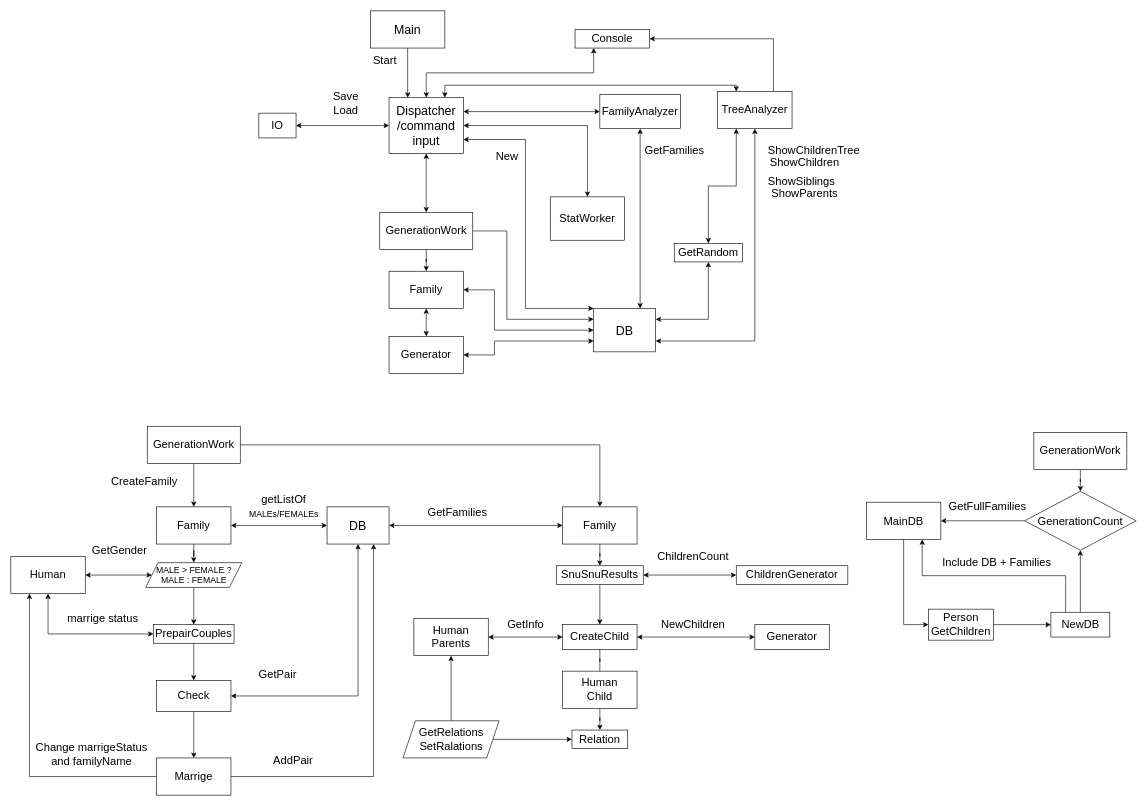
The draw.io diagram Docs/GenerationTree.drawio in Liberate520/homeWork, before the edit. Source tidied: cells renumbered, new cells numbered last; positions are measured from the earlier drawing's top-left corner, leaving out a move shared by most shapes. Both pictures are drawn from the tidied source at 62%, with x=0, y=0 at pixel (11, 11).
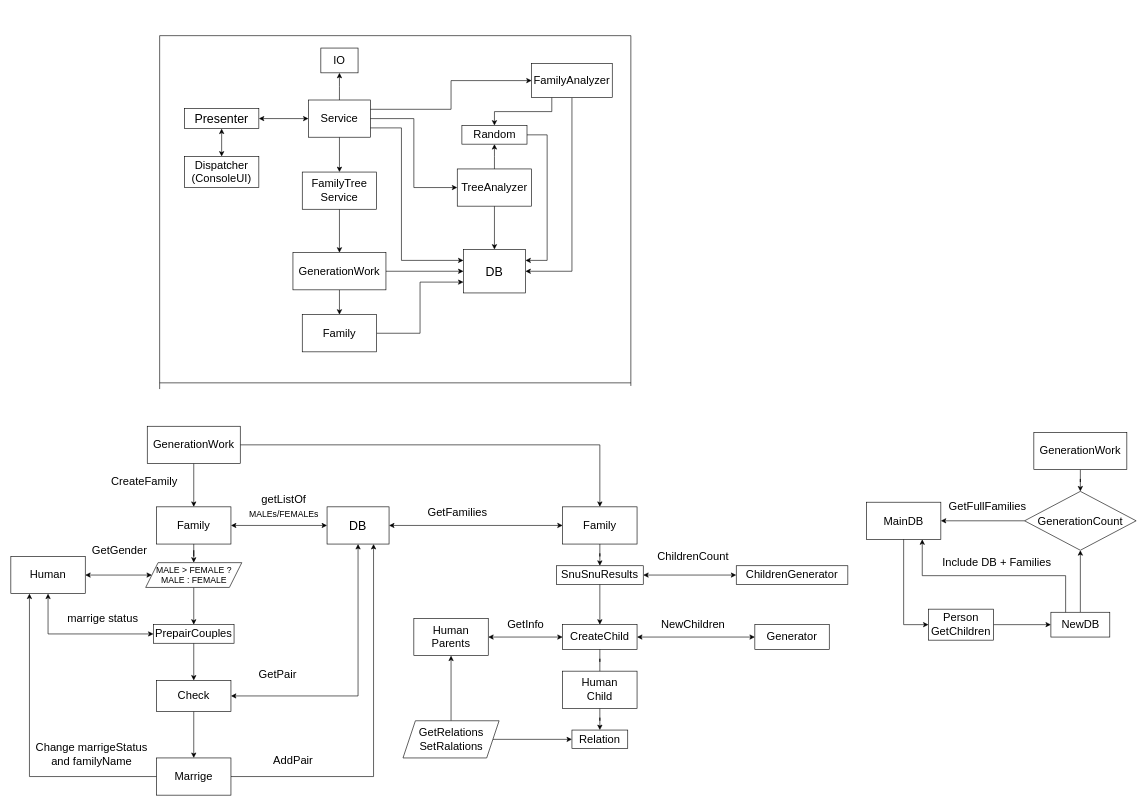
The same page after the edit.

Commit message (it also covers changes not shown here):
Схема переделана

What changed in the source:
```diff
@@
-    <mxCell id="2" style="edgeStyle=orthogonalEdgeStyle;rounded=0;jettySize=auto;html=1;fontSize=20;entryX=0.25;entryY=0;entryDx=0;entryDy=0;" parent="1" edge="1" source="3" target="4">
-      <mxGeometry relative="1" as="geometry" />
-    </mxCell>
-    <mxCell id="3" value="&lt;font style=&quot;font-size: 20px;&quot;&gt;Main&lt;/font&gt;" style="rounded=0;whiteSpace=wrap;html=1;" parent="1" vertex="1">
-      <mxGeometry x="580" width="120" height="60" as="geometry" />
-    </mxCell>
-    <mxCell id="4" value="&lt;font style=&quot;font-size: 20px;&quot;&gt;Dispatcher&lt;br&gt;/command input&lt;br&gt;&lt;/font&gt;" style="rounded=0;whiteSpace=wrap;html=1;" parent="1" vertex="1">
-      <mxGeometry x="610" y="140" width="120" height="90" as="geometry" />
-    </mxCell>
-    <mxCell id="5" style="edgeStyle=orthogonalEdgeStyle;rounded=0;jettySize=auto;html=1;fontSize=18;" parent="1" edge="1" source="7" target="11">
-      <mxGeometry relative="1" as="geometry" />
-    </mxCell>
-    <mxCell id="6" style="edgeStyle=orthogonalEdgeStyle;rounded=0;jettySize=auto;html=1;entryX=0;entryY=0.25;entryDx=0;entryDy=0;fontSize=18;elbow=vertical;" parent="1" edge="1" source="7" target="94">
-      <mxGeometry relative="1" as="geometry">
-        <Array as="points">
-          <mxPoint x="800" y="355" />
-          <mxPoint x="800" y="497" />
-        </Array>
-      </mxGeometry>
-    </mxCell>
-    <mxCell id="7" value="&lt;font style=&quot;font-size: 18px;&quot;&gt;GenerationWork&lt;/font&gt;" style="whiteSpace=wrap;html=1;rounded=0;" parent="1" vertex="1">
-      <mxGeometry x="595" y="325" width="150" height="60" as="geometry" />
-    </mxCell>
-    <mxCell id="8" value="New" style="text;html=1;align=center;verticalAlign=middle;strokeColor=none;fillColor=none;fontSize=18;" parent="1" vertex="1">
-      <mxGeometry x="770" y="215" width="60" height="40" as="geometry" />
-    </mxCell>
-    <mxCell id="9" value="Start" style="text;html=1;align=center;verticalAlign=middle;strokeColor=none;fillColor=none;fontSize=18;" parent="1" vertex="1">
-      <mxGeometry x="572.5" y="60" width="60" height="40" as="geometry" />
-    </mxCell>
-    <mxCell id="10" style="endArrow=classic;startArrow=classic;html=1;rounded=0;fontSize=18;exitX=0;exitY=0;exitDx=0;exitDy=0;entryX=1;entryY=0.75;entryDx=0;entryDy=0;edgeStyle=orthogonalEdgeStyle;elbow=vertical;" parent="1" edge="1" source="94" target="4">
-      <mxGeometry relative="1" as="geometry">
-        <Array as="points">
-          <mxPoint x="830" y="480" />
-          <mxPoint x="830" y="207" />
-        </Array>
-      </mxGeometry>
-    </mxCell>
-    <mxCell id="11" value="&lt;font style=&quot;font-size: 18px;&quot;&gt;Family&lt;/font&gt;" style="whiteSpace=wrap;html=1;rounded=0;" parent="1" vertex="1">
-      <mxGeometry x="610" y="420" width="120" height="60" as="geometry" />
-    </mxCell>
-    <mxCell id="12" style="endArrow=classic;startArrow=classic;html=1;rounded=0;fontSize=18;elbow=vertical;entryX=0;entryY=0.5;entryDx=0;entryDy=0;exitX=1;exitY=0.5;exitDx=0;exitDy=0;edgeStyle=orthogonalEdgeStyle;" parent="1" edge="1" source="11" target="94">
-      <mxGeometry relative="1" as="geometry">
-        <Array as="points">
-          <mxPoint x="780" y="450" />
-          <mxPoint x="780" y="515" />
-        </Array>
-      </mxGeometry>
-    </mxCell>
-    <mxCell id="13" style="edgeStyle=orthogonalEdgeStyle;rounded=0;jettySize=auto;html=1;entryX=1;entryY=0.5;entryDx=0;entryDy=0;exitX=0.75;exitY=0;exitDx=0;exitDy=0;" parent="1" edge="1" source="14" target="101">
-      <mxGeometry relative="1" as="geometry" />
-    </mxCell>
-    <mxCell id="14" value="TreeAnalyzer" style="rounded=0;whiteSpace=wrap;html=1;fontSize=18;" parent="1" vertex="1">
-      <mxGeometry x="1140" y="130" width="120" height="60" as="geometry" />
-    </mxCell>
-    <mxCell id="15" value="ShowChildrenTree" style="text;html=1;align=center;verticalAlign=middle;strokeColor=none;fillColor=none;fontSize=18;" parent="1" vertex="1">
-      <mxGeometry x="1210" y="205" width="170" height="40" as="geometry" />
-    </mxCell>
-    <mxCell id="16" value="ShowChildren" style="text;html=1;align=center;verticalAlign=middle;strokeColor=none;fillColor=none;fontSize=18;" parent="1" vertex="1">
-      <mxGeometry x="1210" y="225" width="140" height="40" as="geometry" />
-    </mxCell>
-    <mxCell id="17" value="ShowSiblings" style="text;html=1;align=center;verticalAlign=middle;strokeColor=none;fillColor=none;fontSize=18;" parent="1" vertex="1">
-      <mxGeometry x="1210" y="255" width="130" height="40" as="geometry" />
-    </mxCell>
-    <mxCell id="18" value="ShowParents" style="text;html=1;align=center;verticalAlign=middle;strokeColor=none;fillColor=none;fontSize=18;" parent="1" vertex="1">
-      <mxGeometry x="1215" y="275" width="130" height="40" as="geometry" />
-    </mxCell>
-    <mxCell id="19" value="FamilyAnalyzer" style="rounded=0;whiteSpace=wrap;html=1;fontSize=18;" parent="1" vertex="1">
-      <mxGeometry x="950" y="135" width="130" height="55" as="geometry" />
-    </mxCell>
-    <mxCell id="20" style="endArrow=classic;startArrow=classic;html=1;rounded=0;fontSize=18;entryX=0.5;entryY=1;entryDx=0;entryDy=0;edgeStyle=orthogonalEdgeStyle;elbow=vertical;exitX=0.75;exitY=0;exitDx=0;exitDy=0;" parent="1" edge="1" source="94" target="19">
-      <mxGeometry relative="1" as="geometry" />
-    </mxCell>
-    <mxCell id="21" value="GetFamilies" style="text;html=1;align=center;verticalAlign=middle;strokeColor=none;fillColor=none;fontSize=18;" parent="1" vertex="1">
-      <mxGeometry x="1010" y="205" width="120" height="40" as="geometry" />
-    </mxCell>
-    <mxCell id="22" style="endArrow=classic;startArrow=classic;html=1;rounded=0;fontSize=18;entryX=0;entryY=0.5;entryDx=0;entryDy=0;exitX=1;exitY=0.25;exitDx=0;exitDy=0;edgeStyle=elbowEdgeStyle;" parent="1" edge="1" source="4" target="19">
-      <mxGeometry relative="1" as="geometry">
-        <Array as="points">
-          <mxPoint x="930" y="210" />
-        </Array>
-      </mxGeometry>
-    </mxCell>
-    <mxCell id="23" style="endArrow=classic;startArrow=classic;html=1;rounded=0;fontSize=18;entryX=0.25;entryY=0;entryDx=0;entryDy=0;edgeStyle=orthogonalEdgeStyle;exitX=0.75;exitY=0;exitDx=0;exitDy=0;" parent="1" edge="1" source="4" target="14">
-      <mxGeometry relative="1" as="geometry" />
-    </mxCell>
-    <mxCell id="24" style="endArrow=classic;startArrow=classic;html=1;rounded=0;fontSize=18;entryX=0.5;entryY=1;entryDx=0;entryDy=0;exitX=0.5;exitY=0;exitDx=0;exitDy=0;" parent="1" edge="1" source="7" target="4">
-      <mxGeometry relative="1" as="geometry" />
-    </mxCell>
-    <mxCell id="25" value="StatWorker" style="whiteSpace=wrap;html=1;fontSize=18;" parent="1" vertex="1">
-      <mxGeometry x="870" y="300" width="120" height="70" as="geometry" />
-    </mxCell>
-    <mxCell id="26" style="endArrow=classic;startArrow=classic;html=1;rounded=0;fontSize=18;entryX=0.5;entryY=0;entryDx=0;entryDy=0;exitX=1;exitY=0.5;exitDx=0;exitDy=0;edgeStyle=orthogonalEdgeStyle;" parent="1" edge="1" source="4" target="25">
-      <mxGeometry relative="1" as="geometry" />
-    </mxCell>
-    <mxCell id="27" value="IO" style="rounded=0;whiteSpace=wrap;html=1;fontSize=18;" parent="1" vertex="1">
-      <mxGeometry x="400" y="165" width="60" height="40" as="geometry" />
-    </mxCell>
-    <mxCell id="28" value="Save&lt;br&gt;Load" style="text;html=1;align=center;verticalAlign=middle;strokeColor=none;fillColor=none;fontSize=18;" parent="1" vertex="1">
-      <mxGeometry x="510" y="120" width="60" height="60" as="geometry" />
-    </mxCell>
-    <mxCell id="29" style="endArrow=classic;startArrow=classic;html=1;rounded=0;fontSize=18;elbow=vertical;edgeStyle=orthogonalEdgeStyle;exitX=1;exitY=0.5;exitDx=0;exitDy=0;entryX=0;entryY=0.75;entryDx=0;entryDy=0;" parent="1" edge="1" source="95" target="94">
-      <mxGeometry relative="1" as="geometry">
-        <Array as="points">
-          <mxPoint x="780" y="555" />
-          <mxPoint x="780" y="533" />
-        </Array>
-      </mxGeometry>
-    </mxCell>
-    <mxCell id="30" value="GetRandom" style="rounded=0;whiteSpace=wrap;html=1;fontSize=18;" parent="1" vertex="1">
-      <mxGeometry x="1070" y="375" width="110" height="30" as="geometry" />
-    </mxCell>
-    <mxCell id="31" style="endArrow=classic;startArrow=classic;html=1;rounded=0;fontSize=18;elbow=vertical;entryX=0.5;entryY=0;entryDx=0;entryDy=0;edgeStyle=orthogonalEdgeStyle;exitX=0.25;exitY=1;exitDx=0;exitDy=0;" parent="1" edge="1" source="14" target="30">
-      <mxGeometry relative="1" as="geometry" />
-    </mxCell>
@@
-    <mxCell id="93" style="endArrow=classic;startArrow=classic;html=1;rounded=0;fontSize=18;elbow=vertical;entryX=1;entryY=0.5;entryDx=0;entryDy=0;edgeStyle=orthogonalEdgeStyle;exitX=0;exitY=0.5;exitDx=0;exitDy=0;" parent="1" edge="1" source="4" target="27">
-      <mxGeometry relative="1" as="geometry" />
-    </mxCell>
-    <mxCell id="94" value="&lt;font style=&quot;font-size: 20px;&quot;&gt;DB&lt;br&gt;&lt;/font&gt;" style="rounded=0;whiteSpace=wrap;html=1;" parent="1" vertex="1">
-      <mxGeometry x="940" y="480" width="100" height="70" as="geometry" />
-    </mxCell>
-    <mxCell id="95" value="Generator" style="rounded=0;whiteSpace=wrap;html=1;fontSize=18;" parent="1" vertex="1">
-      <mxGeometry x="610" y="525" width="120" height="60" as="geometry" />
-    </mxCell>
-    <mxCell id="96" style="endArrow=classic;startArrow=classic;html=1;rounded=0;fontSize=18;elbow=vertical;entryX=0.5;entryY=0;entryDx=0;entryDy=0;exitX=0.5;exitY=1;exitDx=0;exitDy=0;edgeStyle=orthogonalEdgeStyle;" parent="1" edge="1" source="11" target="95">
-      <mxGeometry relative="1" as="geometry" />
-    </mxCell>
-    <mxCell id="97" style="endArrow=classic;startArrow=classic;html=1;rounded=0;fontSize=18;entryX=0.5;entryY=1;entryDx=0;entryDy=0;exitX=1;exitY=0.75;exitDx=0;exitDy=0;edgeStyle=orthogonalEdgeStyle;" parent="1" edge="1" source="94" target="14">
-      <mxGeometry relative="1" as="geometry" />
-    </mxCell>
-    <mxCell id="98" style="endArrow=classic;startArrow=classic;html=1;rounded=0;fontSize=18;entryX=0.5;entryY=1;entryDx=0;entryDy=0;exitX=1;exitY=0.25;exitDx=0;exitDy=0;edgeStyle=orthogonalEdgeStyle;" parent="1" edge="1" source="94" target="30">
-      <mxGeometry relative="1" as="geometry" />
-    </mxCell>
@@
-    <mxCell id="101" value="Console" style="whiteSpace=wrap;html=1;fontSize=18;" parent="1" vertex="1">
-      <mxGeometry x="910" y="30" width="120" height="30" as="geometry" />
-    </mxCell>
-    <mxCell id="102" style="endArrow=classic;startArrow=classic;html=1;rounded=0;entryX=0.25;entryY=1;entryDx=0;entryDy=0;exitX=0.5;exitY=0;exitDx=0;exitDy=0;edgeStyle=orthogonalEdgeStyle;" parent="1" edge="1" source="4" target="101">
-      <mxGeometry relative="1" as="geometry" />
-    </mxCell>
+    <mxCell id="103" value="&lt;font style=&quot;font-size: 20px;&quot;&gt;Presenter&lt;br&gt;&lt;/font&gt;" style="rounded=0;whiteSpace=wrap;html=1;" parent="1" vertex="1">
+      <mxGeometry x="280" y="157.5" width="120" height="32.5" as="geometry" />
+    </mxCell>
+    <mxCell id="104" value="Dispatcher&lt;br&gt;(ConsoleUI)" style="whiteSpace=wrap;html=1;fontSize=18;" parent="1" vertex="1">
+      <mxGeometry x="280" y="235" width="120" height="50" as="geometry" />
+    </mxCell>
+    <mxCell id="105" style="edgeStyle=orthogonalEdgeStyle;rounded=0;jettySize=auto;html=1;fontSize=18;" parent="1" edge="1" source="106" target="7">
+      <mxGeometry relative="1" as="geometry" />
+    </mxCell>
+    <mxCell id="106" value="&lt;font style=&quot;font-size: 18px;&quot;&gt;FamilyTree&lt;br&gt;Service&lt;/font&gt;" style="rounded=0;whiteSpace=wrap;html=1;" parent="1" vertex="1">
+      <mxGeometry x="470" y="260" width="120" height="60" as="geometry" />
+    </mxCell>
+    <mxCell id="107" style="edgeStyle=orthogonalEdgeStyle;rounded=0;jettySize=auto;html=1;fontSize=18;" parent="1" edge="1" source="109" target="106">
+      <mxGeometry relative="1" as="geometry" />
+    </mxCell>
+    <mxCell id="108" style="edgeStyle=elbowEdgeStyle;rounded=0;jettySize=auto;html=1;fontSize=18;" parent="1" edge="1" source="109" target="27">
+      <mxGeometry relative="1" as="geometry" />
+    </mxCell>
+    <mxCell id="109" value="&lt;font style=&quot;font-size: 18px;&quot;&gt;Service&lt;br&gt;&lt;/font&gt;" style="rounded=0;whiteSpace=wrap;html=1;" parent="1" vertex="1">
+      <mxGeometry x="480" y="143.8" width="100" height="60" as="geometry" />
+    </mxCell>
+    <mxCell id="5" style="edgeStyle=orthogonalEdgeStyle;rounded=0;jettySize=auto;html=1;fontSize=18;" parent="1" edge="1" source="7" target="11">
+      <mxGeometry relative="1" as="geometry" />
+    </mxCell>
+    <mxCell id="6" style="edgeStyle=orthogonalEdgeStyle;rounded=0;jettySize=auto;html=1;entryX=0;entryY=0.5;entryDx=0;entryDy=0;fontSize=18;" parent="1" edge="1" source="7" target="94">
+      <mxGeometry relative="1" as="geometry" />
+    </mxCell>
+    <mxCell id="7" value="&lt;font style=&quot;font-size: 18px;&quot;&gt;GenerationWork&lt;/font&gt;" style="whiteSpace=wrap;html=1;rounded=0;" parent="1" vertex="1">
+      <mxGeometry x="455" y="390" width="150" height="60" as="geometry" />
+    </mxCell>
+    <mxCell id="12" style="edgeStyle=elbowEdgeStyle;rounded=0;jettySize=auto;html=1;entryX=0;entryY=0.75;entryDx=0;entryDy=0;fontSize=18;" parent="1" edge="1" source="11" target="94">
+      <mxGeometry relative="1" as="geometry" />
+    </mxCell>
+    <mxCell id="11" value="&lt;font style=&quot;font-size: 18px;&quot;&gt;Family&lt;/font&gt;" style="whiteSpace=wrap;html=1;rounded=0;" parent="1" vertex="1">
+      <mxGeometry x="470" y="490" width="120" height="60" as="geometry" />
+    </mxCell>
+    <mxCell id="110" style="edgeStyle=orthogonalEdgeStyle;rounded=0;jettySize=auto;html=1;fontSize=18;" parent="1" edge="1" source="14" target="94">
+      <mxGeometry relative="1" as="geometry" />
+    </mxCell>
+    <mxCell id="111" style="edgeStyle=elbowEdgeStyle;rounded=0;jettySize=auto;html=1;fontSize=18;" parent="1" edge="1" source="14" target="122">
+      <mxGeometry relative="1" as="geometry" />
+    </mxCell>
+    <mxCell id="14" value="TreeAnalyzer" style="rounded=0;whiteSpace=wrap;html=1;fontSize=18;" parent="1" vertex="1">
+      <mxGeometry x="720" y="255" width="120" height="60" as="geometry" />
+    </mxCell>
+    <mxCell id="112" style="edgeStyle=elbowEdgeStyle;rounded=0;jettySize=auto;html=1;entryX=1;entryY=0.5;entryDx=0;entryDy=0;fontSize=18;exitX=0.5;exitY=1;exitDx=0;exitDy=0;" parent="1" edge="1" source="19" target="94">
+      <mxGeometry relative="1" as="geometry">
+        <Array as="points">
+          <mxPoint x="905" y="265" />
+          <mxPoint x="885" y="270" />
+        </Array>
+      </mxGeometry>
+    </mxCell>
+    <mxCell id="19" value="FamilyAnalyzer" style="rounded=0;whiteSpace=wrap;html=1;fontSize=18;" parent="1" vertex="1">
+      <mxGeometry x="840" y="85" width="130" height="55" as="geometry" />
+    </mxCell>
+    <mxCell id="27" value="IO" style="rounded=0;whiteSpace=wrap;html=1;fontSize=18;" parent="1" vertex="1">
+      <mxGeometry x="500" y="60" width="60" height="40" as="geometry" />
+    </mxCell>
+    <mxCell id="94" value="&lt;font style=&quot;font-size: 20px;&quot;&gt;DB&lt;br&gt;&lt;/font&gt;" style="rounded=0;whiteSpace=wrap;html=1;" parent="1" vertex="1">
+      <mxGeometry x="730" y="385" width="100" height="70" as="geometry" />
+    </mxCell>
+    <mxCell id="113" style="endArrow=classic;html=1;rounded=0;fontSize=18;exitX=1;exitY=0.25;exitDx=0;exitDy=0;entryX=0;entryY=0.5;entryDx=0;entryDy=0;edgeStyle=orthogonalEdgeStyle;" parent="1" edge="1" source="109" target="19">
+      <mxGeometry relative="1" as="geometry" />
+    </mxCell>
+    <mxCell id="114" style="endArrow=classic;html=1;rounded=0;fontSize=18;exitX=1;exitY=0.5;exitDx=0;exitDy=0;entryX=0;entryY=0.5;entryDx=0;entryDy=0;edgeStyle=orthogonalEdgeStyle;" parent="1" edge="1" source="109" target="14">
+      <mxGeometry relative="1" as="geometry" />
+    </mxCell>
+    <mxCell id="115" style="endArrow=classic;startArrow=classic;html=1;rounded=0;fontSize=18;entryX=0.5;entryY=1;entryDx=0;entryDy=0;exitX=0.5;exitY=0;exitDx=0;exitDy=0;" parent="1" edge="1" source="104" target="103">
+      <mxGeometry relative="1" as="geometry" />
+    </mxCell>
+    <mxCell id="116" style="endArrow=classic;html=1;rounded=0;fontSize=18;exitX=1;exitY=0.75;exitDx=0;exitDy=0;entryX=0;entryY=0.25;entryDx=0;entryDy=0;edgeStyle=elbowEdgeStyle;" parent="1" edge="1" source="109" target="94">
+      <mxGeometry relative="1" as="geometry">
+        <Array as="points">
+          <mxPoint x="630" y="290" />
+        </Array>
+      </mxGeometry>
+    </mxCell>
+    <mxCell id="117" style="endArrow=none;html=1;rounded=0;fontSize=18;" parent="1" edge="1">
+      <mxGeometry relative="1" as="geometry">
+        <mxPoint x="240" y="610" as="sourcePoint" />
+        <mxPoint x="240" y="40" as="targetPoint" />
+      </mxGeometry>
+    </mxCell>
+    <mxCell id="118" style="endArrow=none;html=1;rounded=0;fontSize=18;" parent="1" edge="1">
+      <mxGeometry relative="1" as="geometry">
+        <mxPoint x="1000" y="605" as="sourcePoint" />
+        <mxPoint x="1000" y="40" as="targetPoint" />
+      </mxGeometry>
+    </mxCell>
+    <mxCell id="119" style="endArrow=none;html=1;rounded=0;fontSize=18;" parent="1" edge="1">
+      <mxGeometry relative="1" as="geometry">
+        <mxPoint x="1000" y="40" as="sourcePoint" />
+        <mxPoint x="240" y="40" as="targetPoint" />
+      </mxGeometry>
+    </mxCell>
+    <mxCell id="120" style="endArrow=none;html=1;rounded=0;fontSize=18;" parent="1" edge="1">
+      <mxGeometry relative="1" as="geometry">
+        <mxPoint x="1000" y="600" as="sourcePoint" />
+        <mxPoint x="240" y="600" as="targetPoint" />
+      </mxGeometry>
+    </mxCell>
+    <mxCell id="121" style="edgeStyle=elbowEdgeStyle;rounded=0;jettySize=auto;html=1;entryX=1;entryY=0.25;entryDx=0;entryDy=0;fontSize=18;" parent="1" edge="1" source="122" target="94">
+      <mxGeometry relative="1" as="geometry">
+        <Array as="points">
+          <mxPoint x="865" y="295" />
+        </Array>
+      </mxGeometry>
+    </mxCell>
+    <mxCell id="122" value="Random" style="whiteSpace=wrap;html=1;fontSize=18;rounded=0;" parent="1" vertex="1">
+      <mxGeometry x="727.5" y="185" width="105" height="30" as="geometry" />
+    </mxCell>
+    <mxCell id="123" style="endArrow=classic;html=1;rounded=0;fontSize=18;exitX=0.25;exitY=1;exitDx=0;exitDy=0;entryX=0.5;entryY=0;entryDx=0;entryDy=0;edgeStyle=orthogonalEdgeStyle;" parent="1" edge="1" source="19" target="122">
+      <mxGeometry relative="1" as="geometry" />
+    </mxCell>
+    <mxCell id="124" style="endArrow=classic;startArrow=classic;html=1;rounded=0;fontSize=18;entryX=0;entryY=0.5;entryDx=0;entryDy=0;exitX=1;exitY=0.5;exitDx=0;exitDy=0;" parent="1" edge="1" source="103" target="109">
+      <mxGeometry relative="1" as="geometry" />
+    </mxCell>
```
